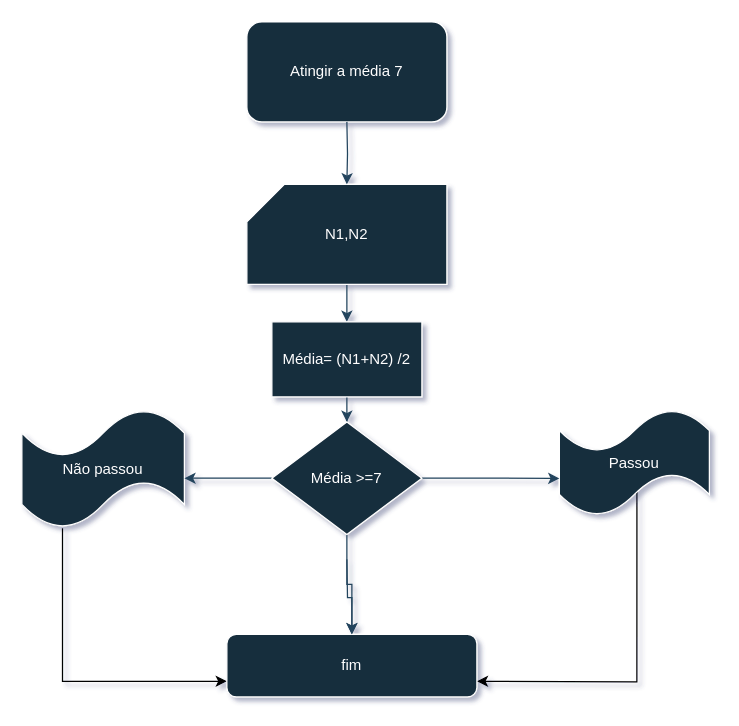
Earlier version of the draw.io diagram Diagrama sem nome.drawio (Enzo-Santos06/teste). Source tidied: cells renumbered, new cells numbered last; positions are measured from the earlier drawing's top-left corner, leaving out a move shared by most shapes. Both pictures are drawn from the tidied source at 125%, with x=0, y=0 at pixel (21, 21).
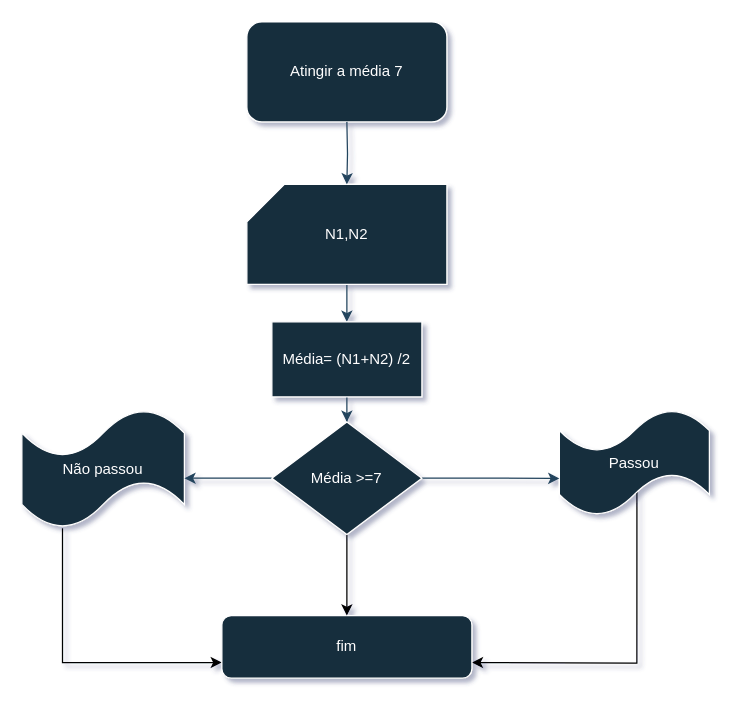
After the change.

The change refers to these unchanged cells:
```xml
<mxCell id="6" value="Passou" style="shape=tape;whiteSpace=wrap;html=1;labelBackgroundColor=none;fillColor=#182E3E;strokeColor=#FFFFFF;fontColor=#FFFFFF;" parent="1" vertex="1">
  <mxGeometry x="430" y="310" width="120" height="85" as="geometry" />
</mxCell>
<mxCell id="17" value="Média &amp;gt;=7" style="rhombus;whiteSpace=wrap;html=1;labelBackgroundColor=none;fillColor=#182E3E;strokeColor=#FFFFFF;fontColor=#FFFFFF;" parent="1" vertex="1">
  <mxGeometry x="200" y="320" width="120" height="90" as="geometry" />
</mxCell>
```

The edit, as a diff of the source:
```diff
@@
     <mxCell id="5" style="edgeStyle=orthogonalEdgeStyle;rounded=0;jettySize=auto;html=1;entryX=1;entryY=0.75;entryDx=0;entryDy=0;exitX=0.517;exitY=0.765;exitDx=0;exitDy=0;exitPerimeter=0;" parent="1" edge="1" source="6" target="9">
       <mxGeometry relative="1" as="geometry">
         <Array as="points">
-          <mxPoint x="492" y="528" />
-          <mxPoint x="490" y="528" />
+          <mxPoint x="492" y="513" />
+          <mxPoint x="490" y="513" />
         </Array>
       </mxGeometry>
     </mxCell>
@@
     <mxCell id="9" value="fim" style="rounded=1;whiteSpace=wrap;html=1;labelBackgroundColor=none;fillColor=#182E3E;strokeColor=#FFFFFF;fontColor=#FFFFFF;" parent="1" vertex="1">
-      <mxGeometry x="164" y="490" width="200" height="50" as="geometry" />
+      <mxGeometry x="160" y="475" width="200" height="50" as="geometry" />
     </mxCell>
-    <mxCell id="10" style="edgeStyle=orthogonalEdgeStyle;rounded=0;jettySize=auto;html=1;entryX=0.5;entryY=0;entryDx=0;entryDy=0;labelBackgroundColor=none;strokeColor=#23445D;fontColor=default;" parent="1" edge="1" target="9">
-      <mxGeometry relative="1" as="geometry">
-        <mxPoint x="260" y="430" as="sourcePoint" />
-      </mxGeometry>
-    </mxCell>
@@
-    <mxCell id="16" style="edgeStyle=orthogonalEdgeStyle;rounded=0;jettySize=auto;html=1;labelBackgroundColor=none;strokeColor=#23445D;fontColor=default;" parent="1" edge="1" source="17" target="9">
+    <mxCell id="16" style="edgeStyle=orthogonalEdgeStyle;rounded=0;jettySize=auto;html=1;entryX=0.5;entryY=0;entryDx=0;entryDy=0;" parent="1" edge="1" source="17" target="9">
       <mxGeometry relative="1" as="geometry" />
     </mxCell>
```
